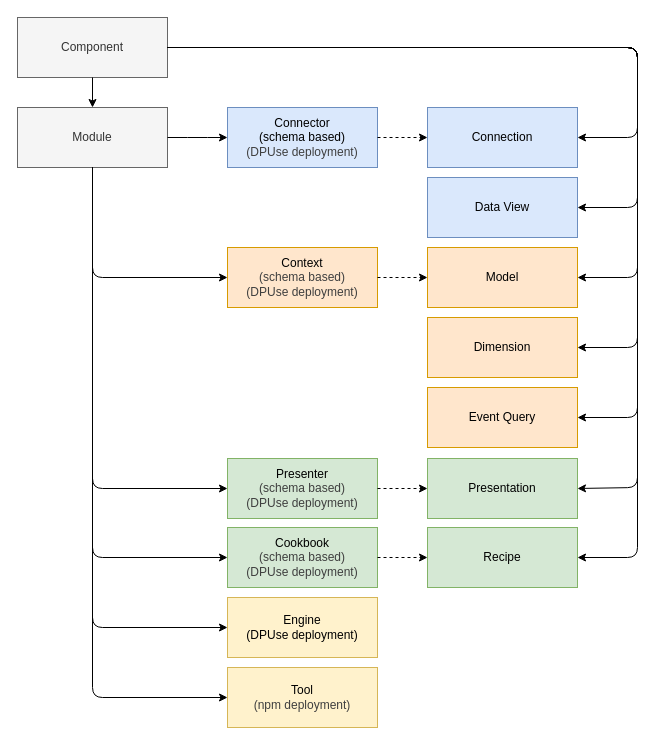
The draw.io diagram schematic.drawio in dpuse/dpuse-shared, before the edit. Source tidied: cells renumbered, new cells numbered last; positions are measured from the earlier drawing's top-left corner, leaving out a move shared by most shapes. Both pictures are drawn from the tidied source at 100%, with x=0, y=0 at pixel (17, 17).
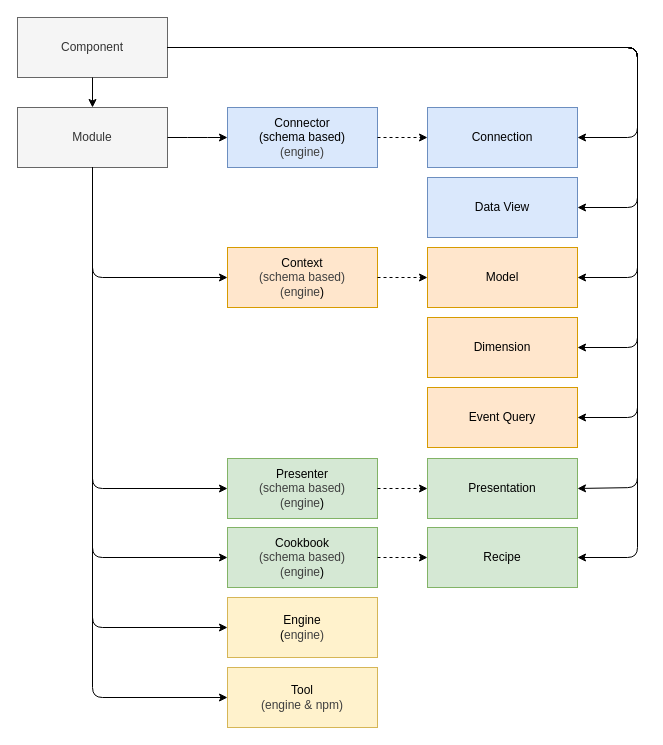
The same page after the edit.

What changed in the source:
```diff
@@
-    <mxCell id="3" value="Engine&lt;div&gt;&lt;div&gt;(DPUse deployment)&lt;/div&gt;&lt;/div&gt;" style="rounded=0;whiteSpace=wrap;html=1;fillColor=#fff2cc;strokeColor=#d6b656;" parent="1" vertex="1">
+    <mxCell id="3" value="Engine&lt;div&gt;&lt;div&gt;(&lt;span style=&quot;color: rgb(63, 63, 63); background-color: transparent;&quot;&gt;engine&lt;/span&gt;&lt;span style=&quot;color: rgb(63, 63, 63); background-color: transparent;&quot;&gt;)&lt;/span&gt;&lt;/div&gt;&lt;/div&gt;" style="rounded=0;whiteSpace=wrap;html=1;fillColor=#fff2cc;strokeColor=#d6b656;" parent="1" vertex="1">
       <mxGeometry x="210" y="580" width="150" height="60" as="geometry" />
     </mxCell>
@@
-    <mxCell id="5" value="Context&lt;div&gt;&lt;span style=&quot;color: rgb(63, 63, 63);&quot;&gt;(schema based)&lt;/span&gt;&lt;br class=&quot;Apple-interchange-newline&quot;&gt;&lt;span style=&quot;color: rgb(63, 63, 63);&quot;&gt;(DPUse deployment)&lt;/span&gt;&lt;/div&gt;" style="rounded=0;whiteSpace=wrap;html=1;fillColor=#ffe6cc;strokeColor=#d79b00;" parent="1" vertex="1">
+    <mxCell id="5" value="Context&lt;div&gt;&lt;span style=&quot;color: rgb(63, 63, 63);&quot;&gt;(schema based)&lt;/span&gt;&lt;br class=&quot;Apple-interchange-newline&quot;&gt;&lt;span style=&quot;color: rgb(63, 63, 63);&quot;&gt;(&lt;/span&gt;&lt;span style=&quot;color: rgb(63, 63, 63); background-color: transparent;&quot;&gt;engine&lt;/span&gt;&lt;span style=&quot;background-color: transparent;&quot;&gt;)&lt;/span&gt;&lt;/div&gt;" style="rounded=0;whiteSpace=wrap;html=1;fillColor=#ffe6cc;strokeColor=#d79b00;" parent="1" vertex="1">
       <mxGeometry x="210" y="230" width="150" height="60" as="geometry" />
     </mxCell>
-    <mxCell id="6" value="Cookbook&lt;div&gt;&lt;span style=&quot;color: rgb(63, 63, 63);&quot;&gt;(schema based)&lt;/span&gt;&lt;br class=&quot;Apple-interchange-newline&quot;&gt;&lt;span style=&quot;color: rgb(63, 63, 63);&quot;&gt;(DPUse deployment)&lt;/span&gt;&lt;/div&gt;" style="rounded=0;whiteSpace=wrap;html=1;fillColor=#d5e8d4;strokeColor=#82b366;" parent="1" vertex="1">
+    <mxCell id="6" value="Cookbook&lt;div&gt;&lt;span style=&quot;color: rgb(63, 63, 63);&quot;&gt;(schema based)&lt;/span&gt;&lt;br class=&quot;Apple-interchange-newline&quot;&gt;&lt;span style=&quot;color: rgb(63, 63, 63);&quot;&gt;(&lt;/span&gt;&lt;span style=&quot;color: rgb(63, 63, 63); background-color: transparent;&quot;&gt;engine&lt;/span&gt;&lt;span style=&quot;background-color: transparent;&quot;&gt;)&lt;/span&gt;&lt;/div&gt;" style="rounded=0;whiteSpace=wrap;html=1;fillColor=#d5e8d4;strokeColor=#82b366;" parent="1" vertex="1">
       <mxGeometry x="210" y="510" width="150" height="60" as="geometry" />
     </mxCell>
@@
-    <mxCell id="8" value="Presenter&lt;div&gt;&lt;span style=&quot;color: rgb(63, 63, 63);&quot;&gt;(schema based)&lt;/span&gt;&lt;br class=&quot;Apple-interchange-newline&quot;&gt;&lt;span style=&quot;color: rgb(63, 63, 63);&quot;&gt;(DPUse deployment)&lt;/span&gt;&lt;/div&gt;" style="rounded=0;whiteSpace=wrap;html=1;fillColor=#d5e8d4;strokeColor=#82b366;" parent="1" vertex="1">
+    <mxCell id="8" value="Presenter&lt;div&gt;&lt;span style=&quot;color: rgb(63, 63, 63);&quot;&gt;(schema based)&lt;/span&gt;&lt;br class=&quot;Apple-interchange-newline&quot;&gt;&lt;span style=&quot;color: rgb(63, 63, 63);&quot;&gt;(&lt;/span&gt;&lt;span style=&quot;color: rgb(63, 63, 63); background-color: transparent;&quot;&gt;engine&lt;/span&gt;&lt;span style=&quot;background-color: transparent;&quot;&gt;)&lt;/span&gt;&lt;/div&gt;" style="rounded=0;whiteSpace=wrap;html=1;fillColor=#d5e8d4;strokeColor=#82b366;" parent="1" vertex="1">
       <mxGeometry x="210" y="441" width="150" height="60" as="geometry" />
     </mxCell>
-    <mxCell id="9" value="Connector&lt;div&gt;&lt;div&gt;(schema based)&lt;/div&gt;&lt;span style=&quot;color: rgb(63, 63, 63);&quot;&gt;(DPUse deployment)&lt;/span&gt;&lt;/div&gt;" style="rounded=0;whiteSpace=wrap;html=1;fillColor=#dae8fc;strokeColor=#6c8ebf;" parent="1" vertex="1">
+    <mxCell id="9" value="Connector&lt;div&gt;&lt;div&gt;(schema based)&lt;/div&gt;&lt;span style=&quot;color: rgb(63, 63, 63);&quot;&gt;(engine)&lt;/span&gt;&lt;/div&gt;" style="rounded=0;whiteSpace=wrap;html=1;fillColor=#dae8fc;strokeColor=#6c8ebf;" parent="1" vertex="1">
       <mxGeometry x="210" y="90" width="150" height="60" as="geometry" />
     </mxCell>
@@
-    <mxCell id="20" value="Tool&lt;br class=&quot;Apple-interchange-newline&quot;&gt;&lt;span style=&quot;color: rgb(63, 63, 63);&quot;&gt;(npm deployment)&lt;/span&gt;" style="rounded=0;whiteSpace=wrap;html=1;fillColor=#fff2cc;strokeColor=#d6b656;" parent="1" vertex="1">
+    <mxCell id="20" value="Tool&lt;br class=&quot;Apple-interchange-newline&quot;&gt;&lt;span style=&quot;color: rgb(63, 63, 63);&quot;&gt;(&lt;span style=&quot;color: rgb(63, 63, 63);&quot;&gt;engine &amp;amp;&amp;nbsp;&lt;/span&gt;npm)&lt;/span&gt;" style="rounded=0;whiteSpace=wrap;html=1;fillColor=#fff2cc;strokeColor=#d6b656;" parent="1" vertex="1">
       <mxGeometry x="210" y="650" width="150" height="60" as="geometry" />
     </mxCell>
```
